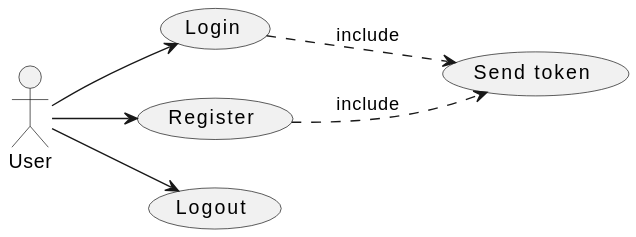
Above: docs/auth-usecases.svg in EscuelaIt/time-register (PlantUML), before the change. The source it was exported from:
```plantuml
@startuml
left to right direction

actor User
usecase "Login" as Login
usecase "Register" as Register
usecase "Logout" as Logout
usecase "Send token" as Token

User --> Login
User --> Register
User --> Logout

Register ..> Token: include
Login ..> Token: include
@enduml
```
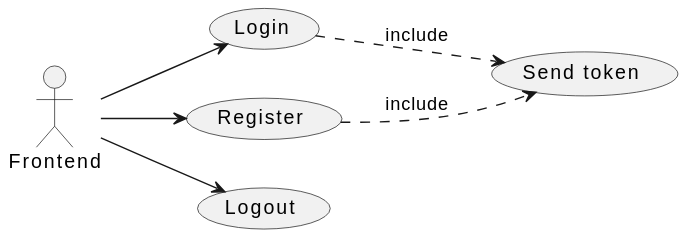
After the change.

Commit message:
Actualizar diagramas de casos de uso

Diff of the diagram source:
```diff
@@ -1,15 +1,15 @@
 @startuml
 left to right direction
 
-actor User
+actor Frontend
 usecase "Login" as Login
 usecase "Register" as Register
 usecase "Logout" as Logout
 usecase "Send token" as Token
 
-User --> Login
-User --> Register
-User --> Logout
+Frontend --> Login
+Frontend --> Register
+Frontend --> Logout
 
 Register ..> Token: include
 Login ..> Token: include
```
